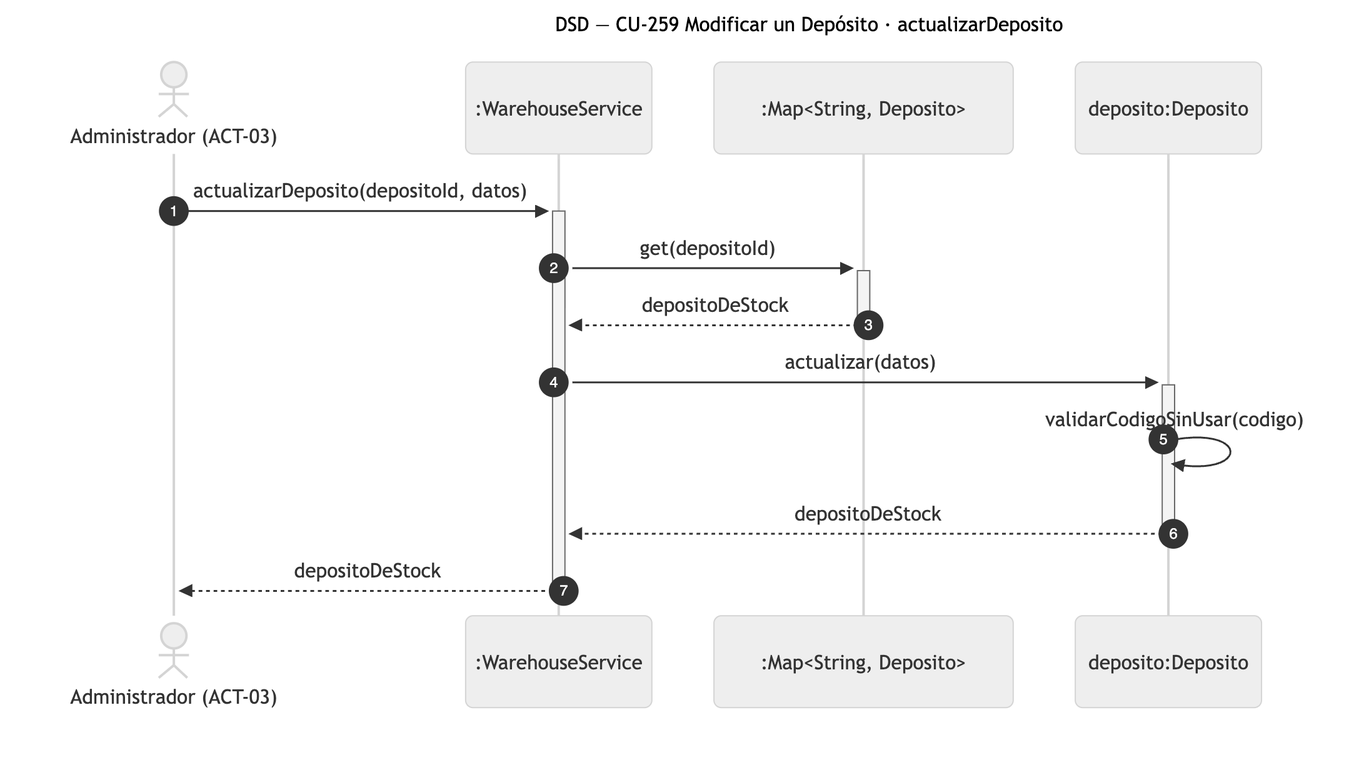
Earlier version of the Mermaid export diagramas/png/DSD_CU-259_actualizarDeposito.png (Nahuelito-Dev/splg-docs). Its source is kept beside it as diagramas/DSD_CU-259_actualizarDeposito.mmd.
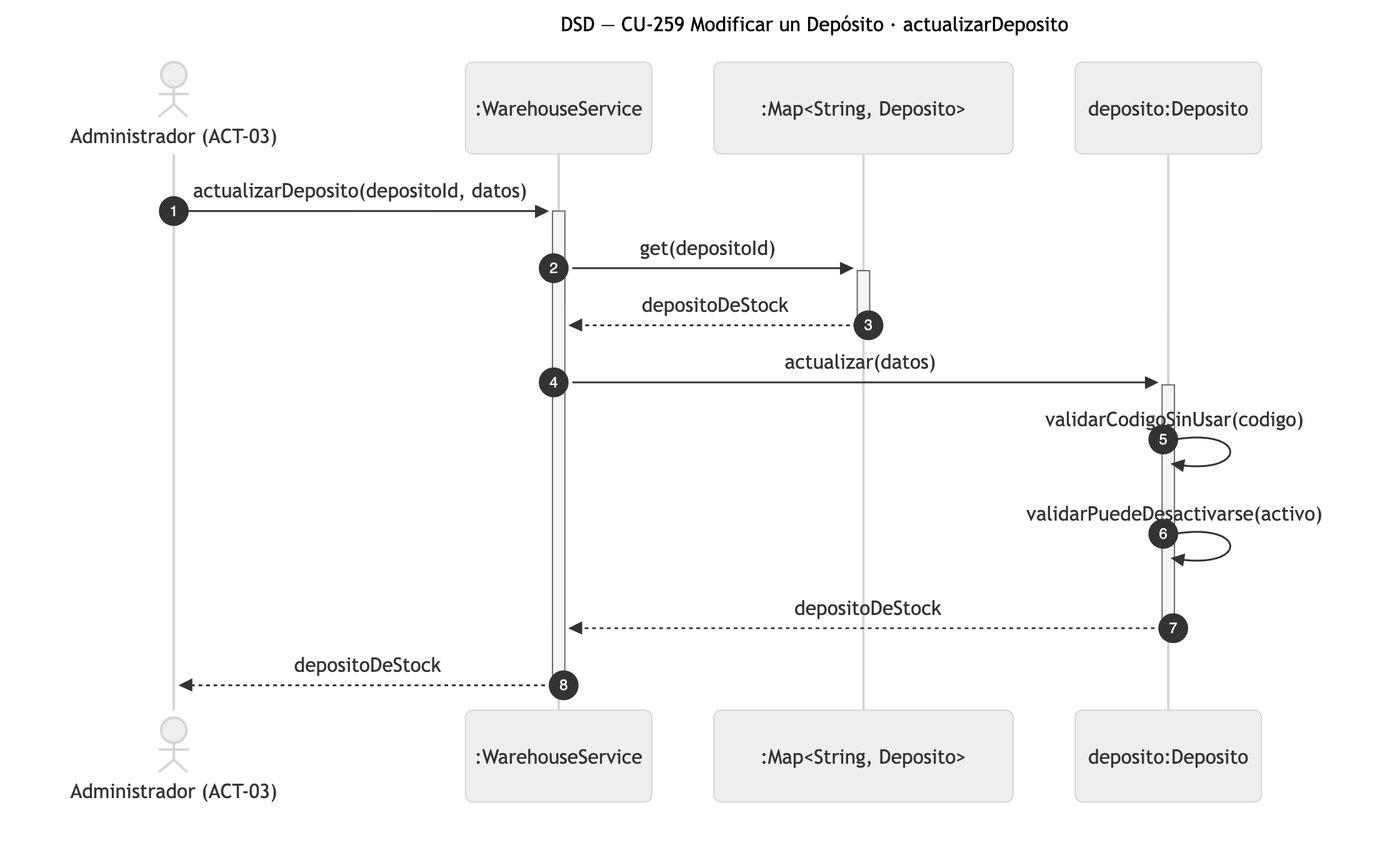
Later version of the same file.

Change to the diagram source:
```diff
@@ -11,5 +11,6 @@
     COL-->>-SRV: depositoDeStock
     SRV->>+DEP: actualizar(datos)
     DEP->>DEP: validarCodigoSinUsar(codigo)
+    DEP->>DEP: validarPuedeDesactivarse(activo)
     DEP-->>-SRV: depositoDeStock
     SRV-->>-ADM: depositoDeStock
```
